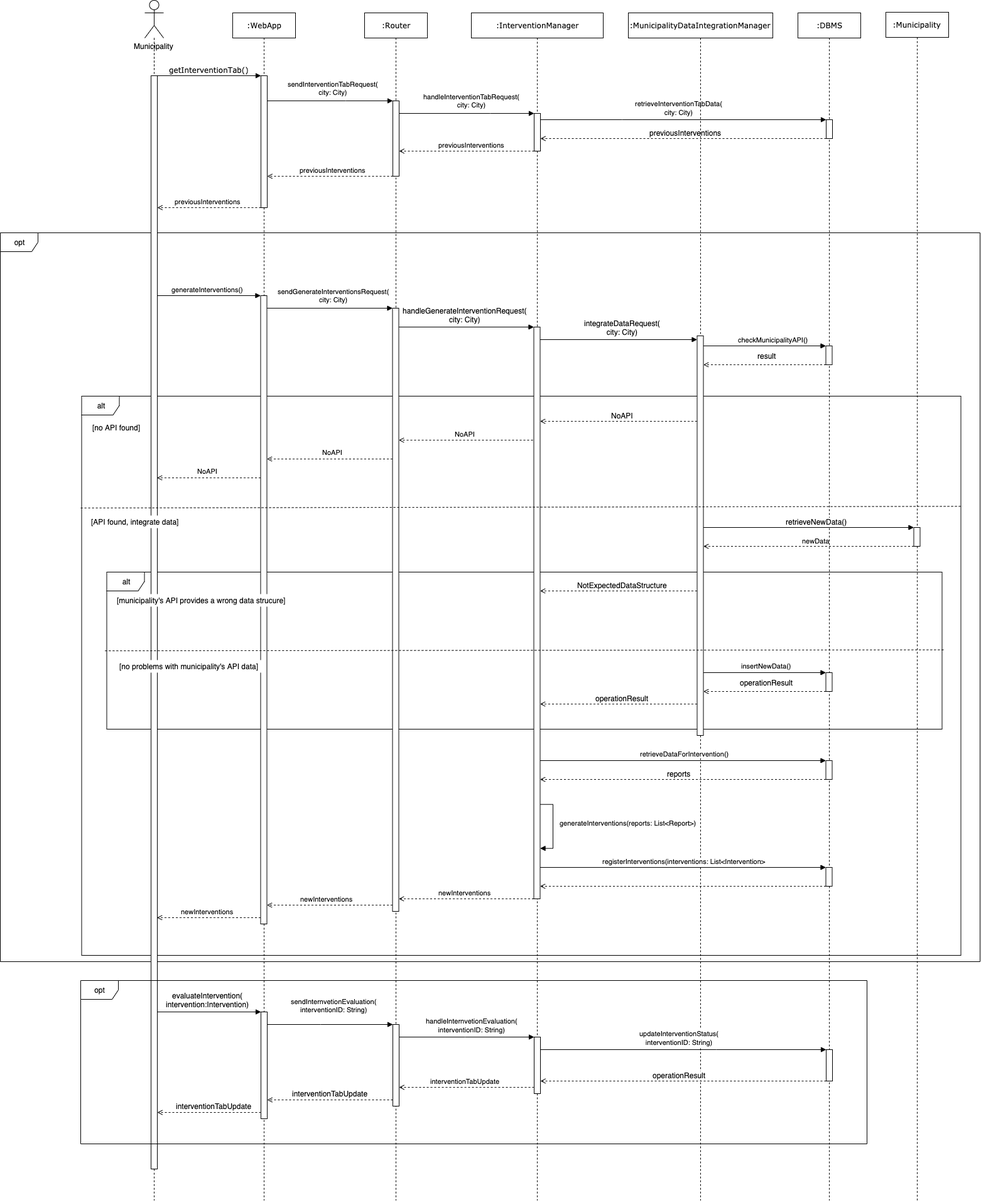
This is Documentation/DD/Images/SequenceDiagramSuggestionEvaluation.png from AndreaFalanti/FalantiHuang-SwEngineering2, a draw.io export, as it was before one commit. Source tidied: cells renumbered, new cells last; positions are measured from the earlier drawing's top-left corner, leaving out a move shared by most shapes.
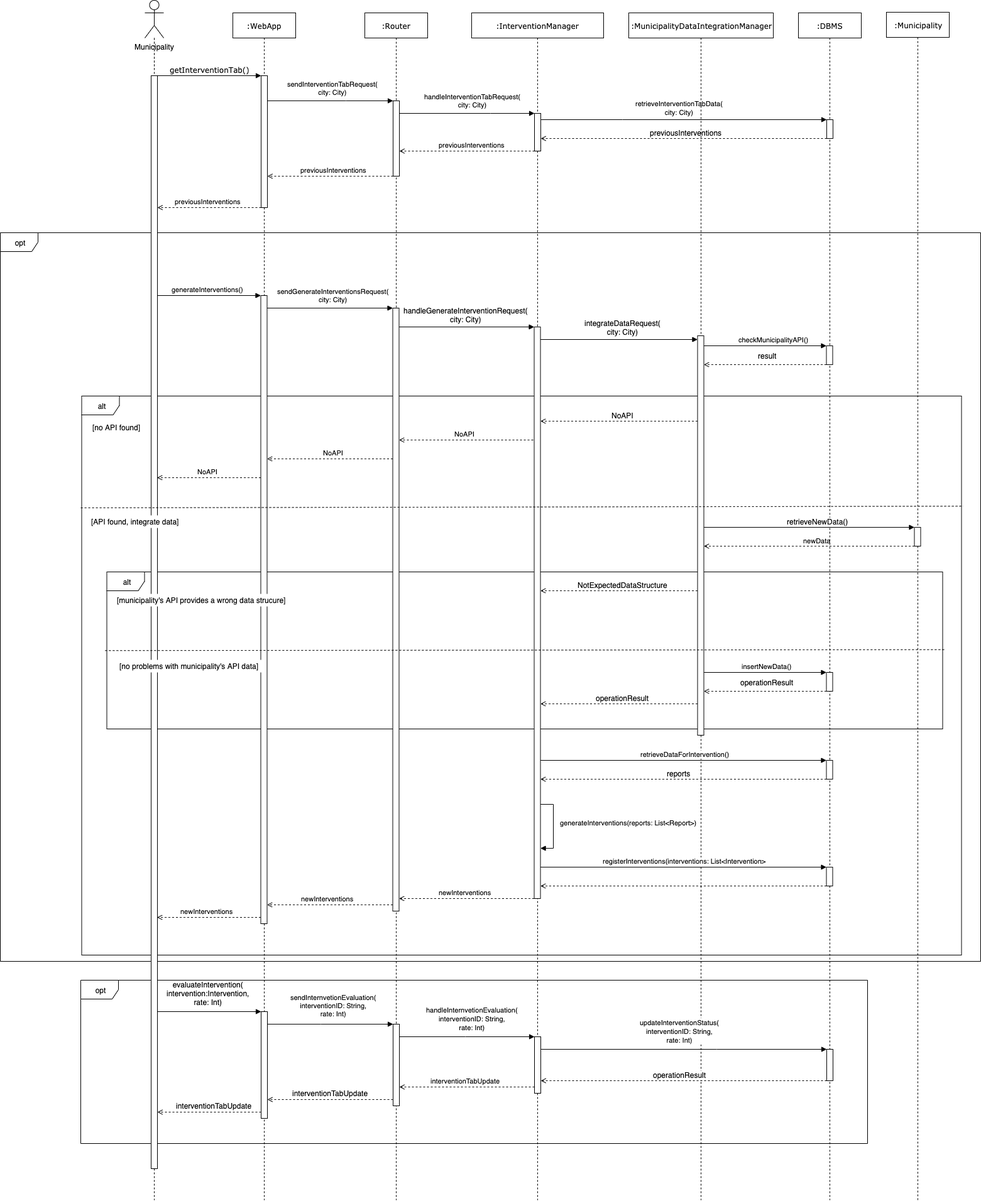
After the commit.

Commit message:
[DD] update components diagrams, add component interfaces diagram

What changed in the source:
```diff
@@ -2,6 +2,9 @@
   <root>
     <mxCell id="0" />
     <mxCell id="1" parent="0" />
+    <mxCell id="99" value="opt" style="shape=umlFrame;whiteSpace=wrap;html=1;fillColor=#ffffff;" parent="1" vertex="1">
+      <mxGeometry x="128" y="1560" width="1252" height="260" as="geometry" />
+    </mxCell>
     <mxCell id="2" value="opt" style="shape=umlFrame;whiteSpace=wrap;html=1;fillColor=#ffffff;" parent="1" vertex="1">
       <mxGeometry y="370" width="1560" height="1160" as="geometry" />
     </mxCell>
@@ -114,9 +117,9 @@
         <mxPoint x="250" y="1610" as="sourcePoint" />
       </mxGeometry>
     </mxCell>
-    <mxCell id="31" value="evaluateIntervention(&lt;br&gt;intervention:Intervention)" style="text;html=1;align=center;verticalAlign=middle;labelBackgroundColor=#ffffff;" parent="30" vertex="1">
+    <mxCell id="31" value="evaluateIntervention(&lt;br&gt;intervention:Intervention,&lt;br&gt;rate: Int)" style="text;html=1;align=center;verticalAlign=middle;labelBackgroundColor=#ffffff;" parent="30" vertex="1">
       <mxGeometry x="-0.07" relative="1" as="geometry">
-        <mxPoint x="3.5" y="-20" as="offset" />
+        <mxPoint x="4" y="-30" as="offset" />
       </mxGeometry>
     </mxCell>
     <mxCell id="32" style="html=1;points=[];perimeter=orthogonalPerimeter;rounded=0;shadow=0;comic=0;labelBackgroundColor=none;strokeWidth=1;fontFamily=Verdana;fontSize=12;align=center;" parent="1" vertex="1">
@@ -414,7 +417,7 @@
         <mxPoint x="-1" as="offset" />
       </mxGeometry>
     </mxCell>
-    <mxCell id="87" value="sendInternvetionEvaluation(&lt;br&gt;interventionID: String)" style="edgeStyle=none;rounded=0;jettySize=auto;html=1;endArrow=block;endFill=1;" parent="1" edge="1" source="9" target="12">
+    <mxCell id="87" value="sendInternvetionEvaluation(&lt;br&gt;interventionID: String,&lt;br&gt;rate: Int)" style="edgeStyle=none;rounded=0;jettySize=auto;html=1;endArrow=block;endFill=1;" parent="1" edge="1" source="9" target="12">
       <mxGeometry x="0.05" y="30" relative="1" as="geometry">
         <Array as="points">
           <mxPoint x="510" y="1630" />
@@ -428,9 +431,9 @@
         </Array>
       </mxGeometry>
     </mxCell>
-    <mxCell id="89" value="&lt;span style=&quot;font-size: 11px&quot;&gt;handleInternvetionEvaluation(&lt;/span&gt;&lt;br style=&quot;font-size: 11px&quot;&gt;&lt;span style=&quot;font-size: 11px&quot;&gt;interventionID: String)&lt;/span&gt;" style="text;html=1;align=center;verticalAlign=middle;labelBackgroundColor=#ffffff;" parent="88" vertex="1">
+    <mxCell id="89" value="&lt;span style=&quot;font-size: 11px&quot;&gt;handleInternvetionEvaluation(&lt;/span&gt;&lt;br style=&quot;font-size: 11px&quot;&gt;&lt;span style=&quot;font-size: 11px&quot;&gt;interventionID: String,&lt;br&gt;rate: Int)&lt;/span&gt;" style="text;html=1;align=center;verticalAlign=middle;labelBackgroundColor=#ffffff;" parent="88" vertex="1">
       <mxGeometry x="0.09" y="2" relative="1" as="geometry">
-        <mxPoint x="-2" y="-18" as="offset" />
+        <mxPoint x="-2" y="-28" as="offset" />
       </mxGeometry>
     </mxCell>
     <mxCell id="90" style="edgeStyle=none;rounded=0;jettySize=auto;html=1;endArrow=block;endFill=1;" parent="1" edge="1" source="17" target="24">
@@ -440,9 +443,9 @@
         </Array>
       </mxGeometry>
     </mxCell>
-    <mxCell id="91" value="&lt;span style=&quot;font-size: 11px&quot;&gt;updateInterventionStatus(&lt;/span&gt;&lt;br style=&quot;font-size: 11px&quot;&gt;&lt;span style=&quot;font-size: 11px&quot;&gt;interventionID: String)&lt;/span&gt;" style="text;html=1;align=center;verticalAlign=middle;labelBackgroundColor=#ffffff;" parent="90" vertex="1">
+    <mxCell id="91" value="&lt;span style=&quot;font-size: 11px&quot;&gt;updateInterventionStatus(&lt;/span&gt;&lt;br style=&quot;font-size: 11px&quot;&gt;&lt;span style=&quot;font-size: 11px&quot;&gt;interventionID: String,&lt;br&gt;rate: Int)&lt;/span&gt;" style="text;html=1;align=center;verticalAlign=middle;labelBackgroundColor=#ffffff;" parent="90" vertex="1">
       <mxGeometry x="0.23" y="-70" relative="1" as="geometry">
-        <mxPoint x="-60" y="-90" as="offset" />
+        <mxPoint x="-60" y="-100" as="offset" />
       </mxGeometry>
     </mxCell>
     <mxCell id="92" style="edgeStyle=none;rounded=0;jettySize=auto;html=1;endArrow=open;endFill=0;dashed=1;" parent="1" edge="1" source="24" target="17">
@@ -484,8 +487,5 @@
     <mxCell id="98" value="interventionTabUpdate" style="text;html=1;align=center;verticalAlign=middle;" parent="1" vertex="1">
       <mxGeometry x="270" y="1750" width="140" height="20" as="geometry" />
     </mxCell>
-    <mxCell id="99" value="opt" style="shape=umlFrame;whiteSpace=wrap;html=1;fillColor=#ffffff;" parent="1" vertex="1">
-      <mxGeometry x="128" y="1560" width="1252" height="260" as="geometry" />
-    </mxCell>
   </root>
 </mxGraphModel>
```
